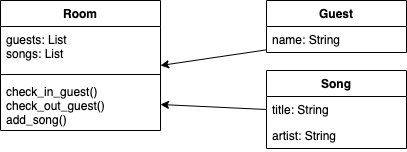
This is img/class_diagram_v1.png from douglasrusse11/codeclan_caraoke_weekend_homework_02, a draw.io export, as it was before one commit. Source tidied: cells renumbered, new cells last; positions are measured from the earlier drawing's top-left corner, leaving out a move shared by most shapes. The source it was exported from:
```xml
<mxGraphModel>
  <root>
    <mxCell id="0" />
    <mxCell id="1" parent="0" />
    <mxCell id="2" value="Room" style="swimlane;fontStyle=1;align=center;verticalAlign=top;horizontal=1;startSize=26;" parent="1" vertex="1">
      <mxGeometry width="160" height="130" as="geometry" />
    </mxCell>
    <mxCell id="3" value="guests: List&#10;songs: List" style="text;strokeColor=none;fillColor=none;align=left;verticalAlign=top;spacingLeft=4;spacingRight=4;overflow=hidden;points=[[0,0.5],[1,0.5]];portConstraint=eastwest;" parent="2" vertex="1">
      <mxGeometry y="26" width="160" height="44" as="geometry" />
    </mxCell>
    <mxCell id="4" style="line;strokeWidth=1;fillColor=none;align=left;verticalAlign=middle;spacingTop=-1;spacingLeft=3;spacingRight=3;labelPosition=right;" parent="2" vertex="1">
      <mxGeometry y="70" width="160" height="8" as="geometry" />
    </mxCell>
    <mxCell id="5" value="check_in_guest()&#10;check_out_guest()&#10;add_song()" style="text;strokeColor=none;fillColor=none;align=left;verticalAlign=top;spacingLeft=4;spacingRight=4;overflow=hidden;points=[[0,0.5],[1,0.5]];portConstraint=eastwest;" parent="2" vertex="1">
      <mxGeometry y="78" width="160" height="52" as="geometry" />
    </mxCell>
    <mxCell id="6" value="Guest" style="swimlane;fontStyle=1;horizontal=1;startSize=26;fillColor=none;" parent="1" vertex="1">
      <mxGeometry x="266" width="140" height="52" as="geometry" />
    </mxCell>
    <mxCell id="7" value="name: String" style="text;strokeColor=none;fillColor=none;align=left;verticalAlign=top;spacingLeft=4;spacingRight=4;overflow=hidden;points=[[0,0.5],[1,0.5]];portConstraint=eastwest;" parent="6" vertex="1">
      <mxGeometry y="26" width="140" height="26" as="geometry" />
    </mxCell>
    <mxCell id="8" value="Song" style="swimlane;fontStyle=1;horizontal=1;startSize=26;fillColor=none;" parent="1" vertex="1">
      <mxGeometry x="266" y="70" width="140" height="78" as="geometry" />
    </mxCell>
    <mxCell id="9" value="title: String" style="text;strokeColor=none;fillColor=none;align=left;verticalAlign=top;spacingLeft=4;spacingRight=4;overflow=hidden;points=[[0,0.5],[1,0.5]];portConstraint=eastwest;" parent="8" vertex="1">
      <mxGeometry y="26" width="140" height="26" as="geometry" />
    </mxCell>
    <mxCell id="10" value="artist: String" style="text;strokeColor=none;fillColor=none;align=left;verticalAlign=top;spacingLeft=4;spacingRight=4;overflow=hidden;" parent="8" vertex="1">
      <mxGeometry y="52" width="140" height="26" as="geometry" />
    </mxCell>
    <mxCell id="11" style="rounded=0;jettySize=auto;html=1;entryX=1;entryY=0.5;entryDx=0;entryDy=0;" parent="1" edge="1" source="7" target="2">
      <mxGeometry relative="1" as="geometry" />
    </mxCell>
    <mxCell id="12" style="rounded=0;jettySize=auto;html=1;exitX=0;exitY=0.5;exitDx=0;exitDy=0;entryX=1;entryY=0.5;entryDx=0;entryDy=0;" parent="1" edge="1" source="9" target="5">
      <mxGeometry relative="1" as="geometry" />
    </mxCell>
  </root>
</mxGraphModel>
```
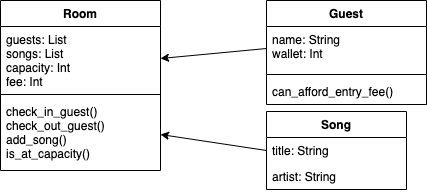
Later version of the same file.

Commit message:
adds class diagram for extension

Change to the diagram source:
```diff
@@ -3,25 +3,19 @@
     <mxCell id="0" />
     <mxCell id="1" parent="0" />
     <mxCell id="2" value="Room" style="swimlane;fontStyle=1;align=center;verticalAlign=top;horizontal=1;startSize=26;" parent="1" vertex="1">
-      <mxGeometry width="160" height="130" as="geometry" />
+      <mxGeometry width="160" height="170" as="geometry" />
     </mxCell>
-    <mxCell id="3" value="guests: List&#10;songs: List" style="text;strokeColor=none;fillColor=none;align=left;verticalAlign=top;spacingLeft=4;spacingRight=4;overflow=hidden;points=[[0,0.5],[1,0.5]];portConstraint=eastwest;" parent="2" vertex="1">
-      <mxGeometry y="26" width="160" height="44" as="geometry" />
+    <mxCell id="3" value="guests: List&#10;songs: List&#10;capacity: Int&#10;fee: Int" style="text;strokeColor=none;fillColor=none;align=left;verticalAlign=top;spacingLeft=4;spacingRight=4;overflow=hidden;points=[[0,0.5],[1,0.5]];portConstraint=eastwest;" parent="2" vertex="1">
+      <mxGeometry y="26" width="160" height="64" as="geometry" />
     </mxCell>
     <mxCell id="4" style="line;strokeWidth=1;fillColor=none;align=left;verticalAlign=middle;spacingTop=-1;spacingLeft=3;spacingRight=3;labelPosition=right;" parent="2" vertex="1">
-      <mxGeometry y="70" width="160" height="8" as="geometry" />
+      <mxGeometry y="90" width="160" height="8" as="geometry" />
     </mxCell>
-    <mxCell id="5" value="check_in_guest()&#10;check_out_guest()&#10;add_song()" style="text;strokeColor=none;fillColor=none;align=left;verticalAlign=top;spacingLeft=4;spacingRight=4;overflow=hidden;points=[[0,0.5],[1,0.5]];portConstraint=eastwest;" parent="2" vertex="1">
-      <mxGeometry y="78" width="160" height="52" as="geometry" />
+    <mxCell id="5" value="check_in_guest()&#10;check_out_guest()&#10;add_song()&#10;is_at_capacity()" style="text;strokeColor=none;fillColor=none;align=left;verticalAlign=top;spacingLeft=4;spacingRight=4;overflow=hidden;points=[[0,0.5],[1,0.5]];portConstraint=eastwest;" parent="2" vertex="1">
+      <mxGeometry y="98" width="160" height="72" as="geometry" />
     </mxCell>
-    <mxCell id="6" value="Guest" style="swimlane;fontStyle=1;horizontal=1;startSize=26;fillColor=none;" parent="1" vertex="1">
-      <mxGeometry x="266" width="140" height="52" as="geometry" />
-    </mxCell>
-    <mxCell id="7" value="name: String" style="text;strokeColor=none;fillColor=none;align=left;verticalAlign=top;spacingLeft=4;spacingRight=4;overflow=hidden;points=[[0,0.5],[1,0.5]];portConstraint=eastwest;" parent="6" vertex="1">
-      <mxGeometry y="26" width="140" height="26" as="geometry" />
-    </mxCell>
     <mxCell id="8" value="Song" style="swimlane;fontStyle=1;horizontal=1;startSize=26;fillColor=none;" parent="1" vertex="1">
-      <mxGeometry x="266" y="70" width="140" height="78" as="geometry" />
+      <mxGeometry x="266" y="111" width="140" height="78" as="geometry" />
     </mxCell>
     <mxCell id="9" value="title: String" style="text;strokeColor=none;fillColor=none;align=left;verticalAlign=top;spacingLeft=4;spacingRight=4;overflow=hidden;points=[[0,0.5],[1,0.5]];portConstraint=eastwest;" parent="8" vertex="1">
       <mxGeometry y="26" width="140" height="26" as="geometry" />
@@ -29,11 +23,23 @@
     <mxCell id="10" value="artist: String" style="text;strokeColor=none;fillColor=none;align=left;verticalAlign=top;spacingLeft=4;spacingRight=4;overflow=hidden;" parent="8" vertex="1">
       <mxGeometry y="52" width="140" height="26" as="geometry" />
     </mxCell>
-    <mxCell id="11" style="rounded=0;jettySize=auto;html=1;entryX=1;entryY=0.5;entryDx=0;entryDy=0;" parent="1" edge="1" source="7" target="2">
-      <mxGeometry relative="1" as="geometry" />
-    </mxCell>
     <mxCell id="12" style="rounded=0;jettySize=auto;html=1;exitX=0;exitY=0.5;exitDx=0;exitDy=0;entryX=1;entryY=0.5;entryDx=0;entryDy=0;" parent="1" edge="1" source="9" target="5">
       <mxGeometry relative="1" as="geometry" />
     </mxCell>
+    <mxCell id="6" value="Guest" style="swimlane;fontStyle=1;align=center;verticalAlign=top;horizontal=1;startSize=26;" parent="1" vertex="1">
+      <mxGeometry x="266" width="160" height="104" as="geometry" />
+    </mxCell>
+    <mxCell id="13" value="name: String&#10;wallet: Int" style="text;strokeColor=none;fillColor=none;align=left;verticalAlign=top;spacingLeft=4;spacingRight=4;overflow=hidden;points=[[0,0.5],[1,0.5]];portConstraint=eastwest;" parent="6" vertex="1">
+      <mxGeometry y="26" width="160" height="44" as="geometry" />
+    </mxCell>
+    <mxCell id="14" style="line;strokeWidth=1;fillColor=none;align=left;verticalAlign=middle;spacingTop=-1;spacingLeft=3;spacingRight=3;labelPosition=right;" parent="6" vertex="1">
+      <mxGeometry y="70" width="160" height="8" as="geometry" />
+    </mxCell>
+    <mxCell id="15" value="can_afford_entry_fee()" style="text;strokeColor=none;fillColor=none;align=left;verticalAlign=top;spacingLeft=4;spacingRight=4;overflow=hidden;" parent="6" vertex="1">
+      <mxGeometry y="78" width="160" height="26" as="geometry" />
+    </mxCell>
+    <mxCell id="16" style="edgeStyle=none;rounded=0;jettySize=auto;html=1;exitX=0;exitY=0.5;exitDx=0;exitDy=0;entryX=1;entryY=0.5;entryDx=0;entryDy=0;" parent="1" edge="1" source="13" target="3">
+      <mxGeometry relative="1" as="geometry" />
+    </mxCell>
   </root>
 </mxGraphModel>
```
